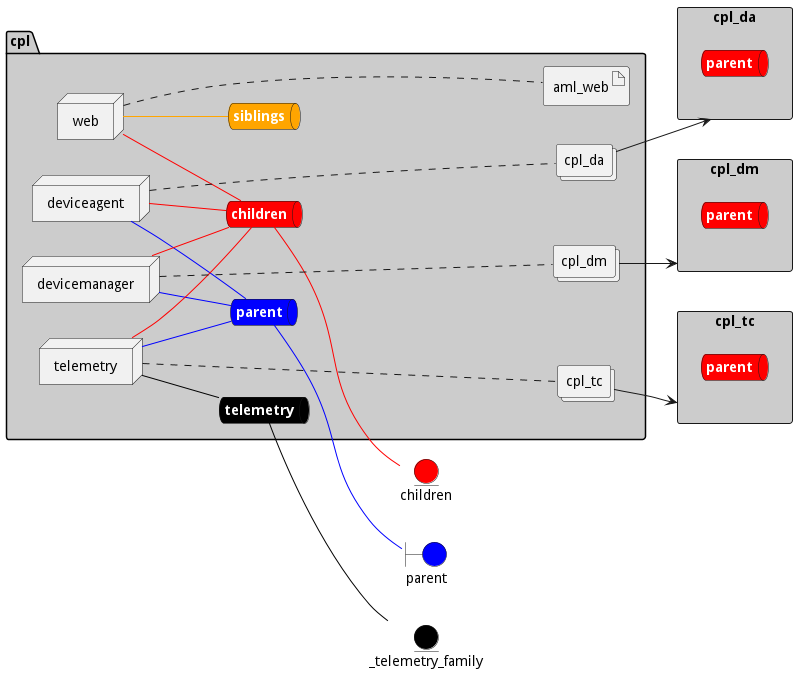
This is docs/edgemere/cpl/envs/dev/deployment.png from madajaju/edgemere, a PlantUML export, as it was before one commit.
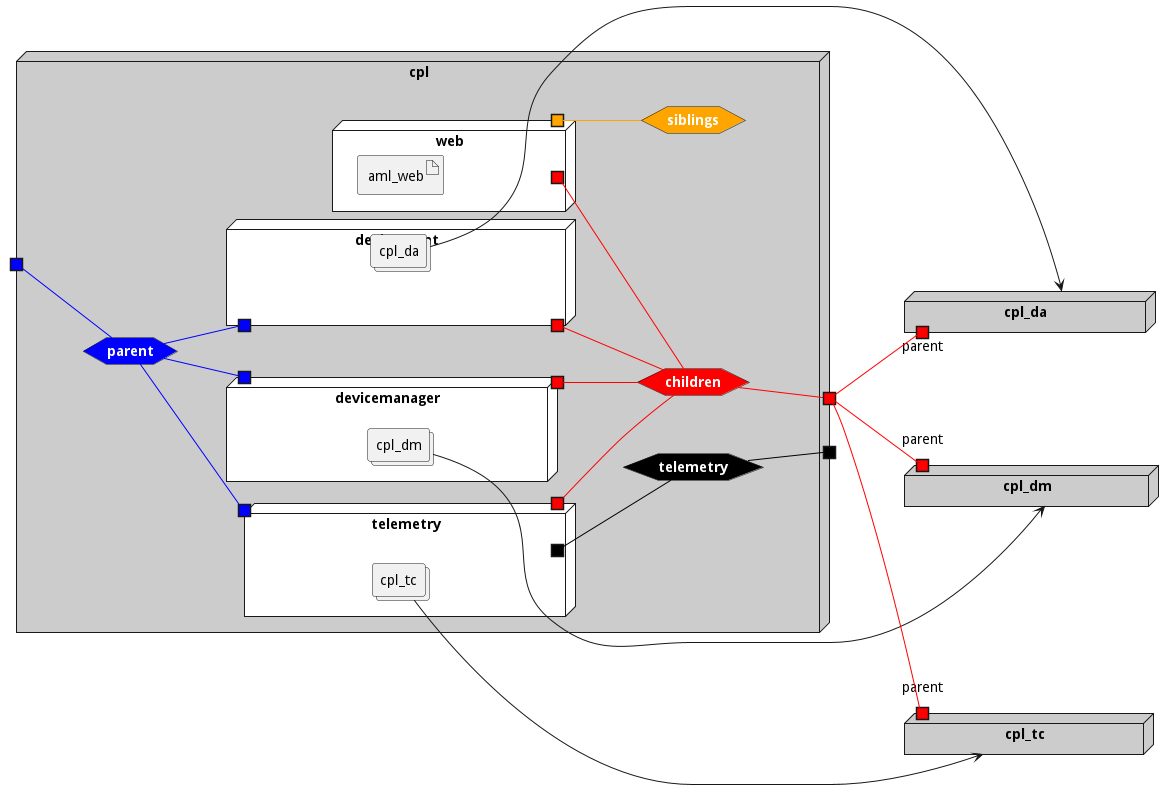
Later version of the same file.

The edit, as a diff of the source:
```diff
@@ -3,95 +3,106 @@
 left to right direction
 
 
-boundary parent #blue
 
 
-entity _telemetry_family #black
 
-entity children #red
-
-rectangle "cpl_da" as cpl_daStack #cccccc {
-    queue cpl_daStacksnet #red [
-        <b><color:white>parent</color></b>
-    ]
+node "cpl_da" as cpl_daStack #cccccc {
+    portin "parent" as cpl_daStackPortIn #red
 }
-rectangle "cpl_dm" as cpl_dmStack #cccccc {
-    queue cpl_dmStacksnet #red [
-        <b><color:white>parent</color></b>
-    ]
+node "cpl_dm" as cpl_dmStack #cccccc {
+    portin "parent" as cpl_dmStackPortIn #red
 }
-rectangle "cpl_tc" as cpl_tcStack #cccccc {
-    queue cpl_tcStacksnet #red [
-        <b><color:white>parent</color></b>
-    ]
+node "cpl_tc" as cpl_tcStack #cccccc {
+    portin "parent" as cpl_tcStackPortIn #red
 }
 
 
 
-package "cpl" #cccccc {
-    queue telemetrynet #black [
+node "cpl" #cccccc {
+
+
+    hexagon telemetrynet #black [
             <b><color:white>telemetry</color></b>
     ]
 
-    telemetrynet -[#black]- _telemetry_family
+    portout " " as telemetrynetPortOut #black
+    telemetrynet -[#black]- telemetrynetPortOut
 
-    queue parentnet #blue [
+    hexagon parentnet #blue [
             <b><color:white>parent</color></b>
     ]
 
-    parentnet -[#blue]- parent
+    portin " " as parentnetPortIn #blue
+    parentnetPortIn -[#blue]- parentnet
 
-    queue childrennet #red [
+    hexagon childrennet #red [
             <b><color:white>children</color></b>
     ]
 
-    childrennet -[#red]- children
+    portout " " as childrennetPortOut #red
+    childrennet -[#red]- childrennetPortOut
 
-    queue siblingsnet #orange [
+    hexagon siblingsnet #orange [
             <b><color:white>siblings</color></b>
     ]
 
 
-node "web" as webService
-node "deviceagent" as deviceagentService
-node "devicemanager" as devicemanagerService
-node "telemetry" as telemetryService
+node "web" as webService #white {
+    portOut " " as webServicechildrennet #red
+   webServicechildrennet -[#red]- childrennet
+       portOut " " as webServicesiblingsnet #orange
+   webServicesiblingsnet -[#orange]- siblingsnet
 
 
-        artifact "aml_web" as aml_webimage
-            collections "cpl_da" as cpl_daimage
-            collections "cpl_dm" as cpl_dmimage
-            collections "cpl_tc" as cpl_tcimage
+    artifact "aml_web" as aml_webimage
+
+}
+node "deviceagent" as deviceagentService #white {
+    portOut " " as deviceagentServicechildrennet #red
+   deviceagentServicechildrennet -[#red]- childrennet
+
+    portIn " " as deviceagentServiceparentnet #blue
+    parentnet -[#blue]- deviceagentServiceparentnet
+
+    collections "cpl_da" as cpl_daimage
+
+}
+node "devicemanager" as devicemanagerService #white {
+    portOut " " as devicemanagerServicechildrennet #red
+   devicemanagerServicechildrennet -[#red]- childrennet
+
+    portIn " " as devicemanagerServiceparentnet #blue
+    parentnet -[#blue]- devicemanagerServiceparentnet
+
+    collections "cpl_dm" as cpl_dmimage
+
+}
+node "telemetry" as telemetryService #white {
+    portOut " " as telemetryServicechildrennet #red
+   telemetryServicechildrennet -[#red]- childrennet
+
+    portIn " " as telemetryServiceparentnet #blue
+    parentnet -[#blue]- telemetryServiceparentnet
+        portOut " " as telemetryServicetelemetrynet #black
+   telemetryServicetelemetrynet -[#black]- telemetrynet
+
+    collections "cpl_tc" as cpl_tcimage
 
 }
 
-webService -[#red]- childrennet
-
-webService -[#orange]- siblingsnet
-
-deviceagentService -[#red]- childrennet
-
-deviceagentService -[#blue]- parentnet
-
-devicemanagerService -[#red]- childrennet
-
-devicemanagerService -[#blue]- parentnet
-
-telemetryService -[#red]- childrennet
-
-telemetryService -[#blue]- parentnet
-
-telemetryService -[#black]- telemetrynet
-webService .... aml_webimage
-deviceagentService .... cpl_daimage
-devicemanagerService .... cpl_dmimage
-telemetryService .... cpl_tcimage
+}
 
 cpl_daimage --> cpl_daStack
 
+    childrennetPortOut -[#red]- cpl_daStackPortIn
+
 cpl_dmimage --> cpl_dmStack
+
+    childrennetPortOut -[#red]- cpl_dmStackPortIn
 
 cpl_tcimage --> cpl_tcStack
 
+    childrennetPortOut -[#red]- cpl_tcStackPortIn
+
 
 @enduml
```
